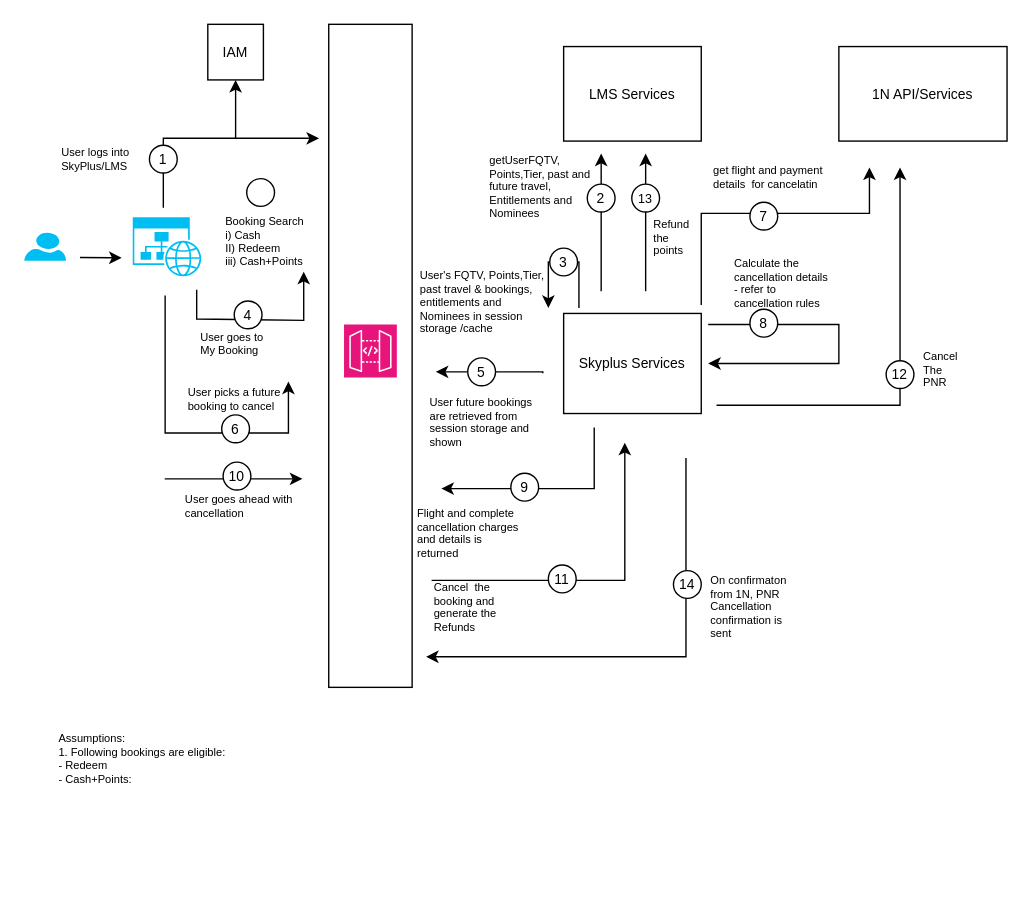
The draw.io diagram page "RedeemPoints_CashPoints" (1 of 2) of Cancellations Cash Plus Points LM Data Flow.drawio in nchauhan4/drawings, before the edit. Source tidied: cells renumbered, new cells numbered last; positions are measured from the earlier drawing's top-left corner, leaving out a move shared by most shapes. Both pictures are drawn from the tidied source at 139%, with x=0, y=0 at pixel (24, 24).
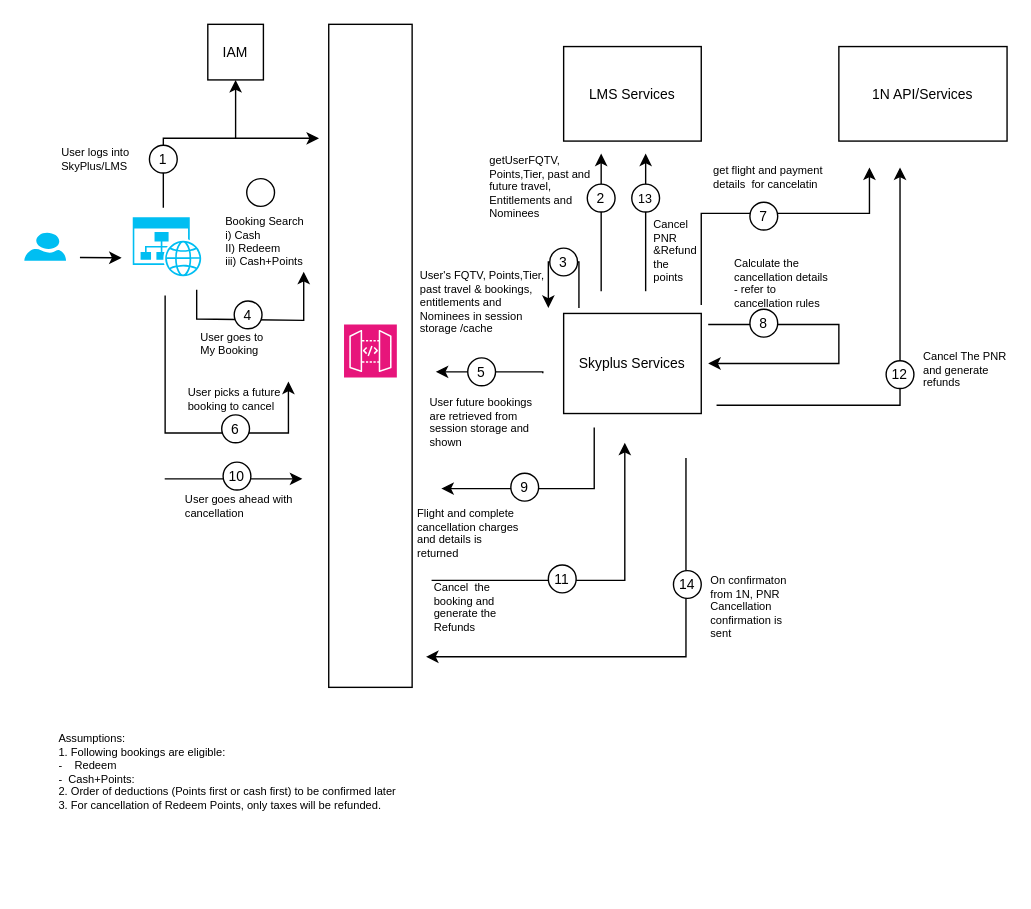
After the change.

Diff of the diagram source:
```diff
@@
-    <mxCell id="33" value="Assumptions:&lt;br&gt;1. Following bookings are eligible:&lt;div&gt;- Redeem&lt;/div&gt;&lt;div&gt;- Cash+Points:&amp;nbsp; &amp;nbsp;&lt;/div&gt;" style="text;html=1;strokeColor=none;fillColor=none;align=left;verticalAlign=top;whiteSpace=wrap;rounded=0;fontSize=8;" parent="1" vertex="1">
-      <mxGeometry x="23.4" y="502.5" width="275.2" height="117" as="geometry" />
+    <mxCell id="33" value="Assumptions:&lt;br&gt;1. Following bookings are eligible:&lt;div&gt;-&amp;nbsp; &amp;nbsp; Redeem&lt;/div&gt;&lt;div&gt;-&amp;nbsp; Cash+Points:&amp;nbsp;&lt;/div&gt;&lt;div&gt;2. Order of deductions (Points first or cash first) to be confirmed later&lt;/div&gt;&lt;div&gt;3. For cancellation of Redeem Points, only taxes will be refunded.&amp;nbsp;&lt;/div&gt;" style="text;html=1;strokeColor=none;fillColor=none;align=left;verticalAlign=top;whiteSpace=wrap;rounded=0;fontSize=8;" parent="1" vertex="1">
+      <mxGeometry x="23.4" y="502.5" width="275.2" height="73.5" as="geometry" />
     </mxCell>
@@
-    <mxCell id="66" value="Cancel The PNR" style="text;html=1;strokeColor=none;fillColor=none;align=left;verticalAlign=top;whiteSpace=wrap;rounded=0;fontSize=8;" parent="1" vertex="1">
-      <mxGeometry x="645" y="227.5" width="30.4" height="33" as="geometry" />
+    <mxCell id="66" value="Cancel The PNR and generate refunds" style="text;html=1;strokeColor=none;fillColor=none;align=left;verticalAlign=top;whiteSpace=wrap;rounded=0;fontSize=8;" parent="1" vertex="1">
+      <mxGeometry x="645" y="227.5" width="62" height="33" as="geometry" />
     </mxCell>
@@
-    <mxCell id="69" value="Refund the points" style="text;html=1;strokeColor=none;fillColor=none;align=left;verticalAlign=top;whiteSpace=wrap;rounded=0;fontSize=8;" parent="1" vertex="1">
+    <mxCell id="69" value="Cancel PNR &amp;amp;Refund the points" style="text;html=1;strokeColor=none;fillColor=none;align=left;verticalAlign=top;whiteSpace=wrap;rounded=0;fontSize=8;" parent="1" vertex="1">
       <mxGeometry x="450.5" y="132.8" width="25.5" height="38" as="geometry" />
     </mxCell>
```
